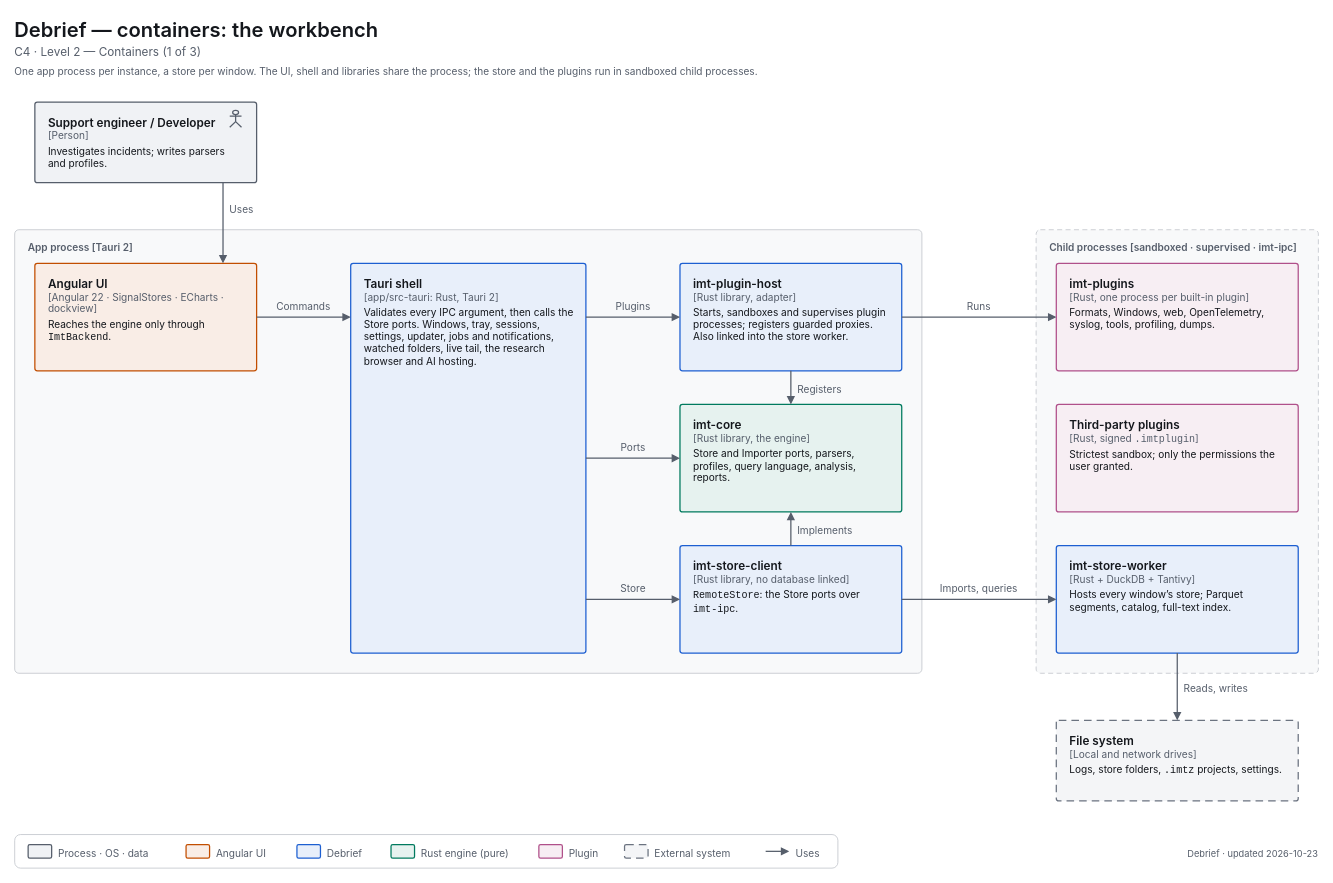
Earlier version of the draw.io diagram docs/diagrams/c4-2-containers.drawio (decryp7/integrated_maintenance_tool). Source tidied: cells renumbered, new cells numbered last; positions are measured from the earlier drawing's top-left corner, leaving out a move shared by most shapes. Both pictures are drawn from the tidied source at 84%, with x=0, y=0 at pixel (14, 14).
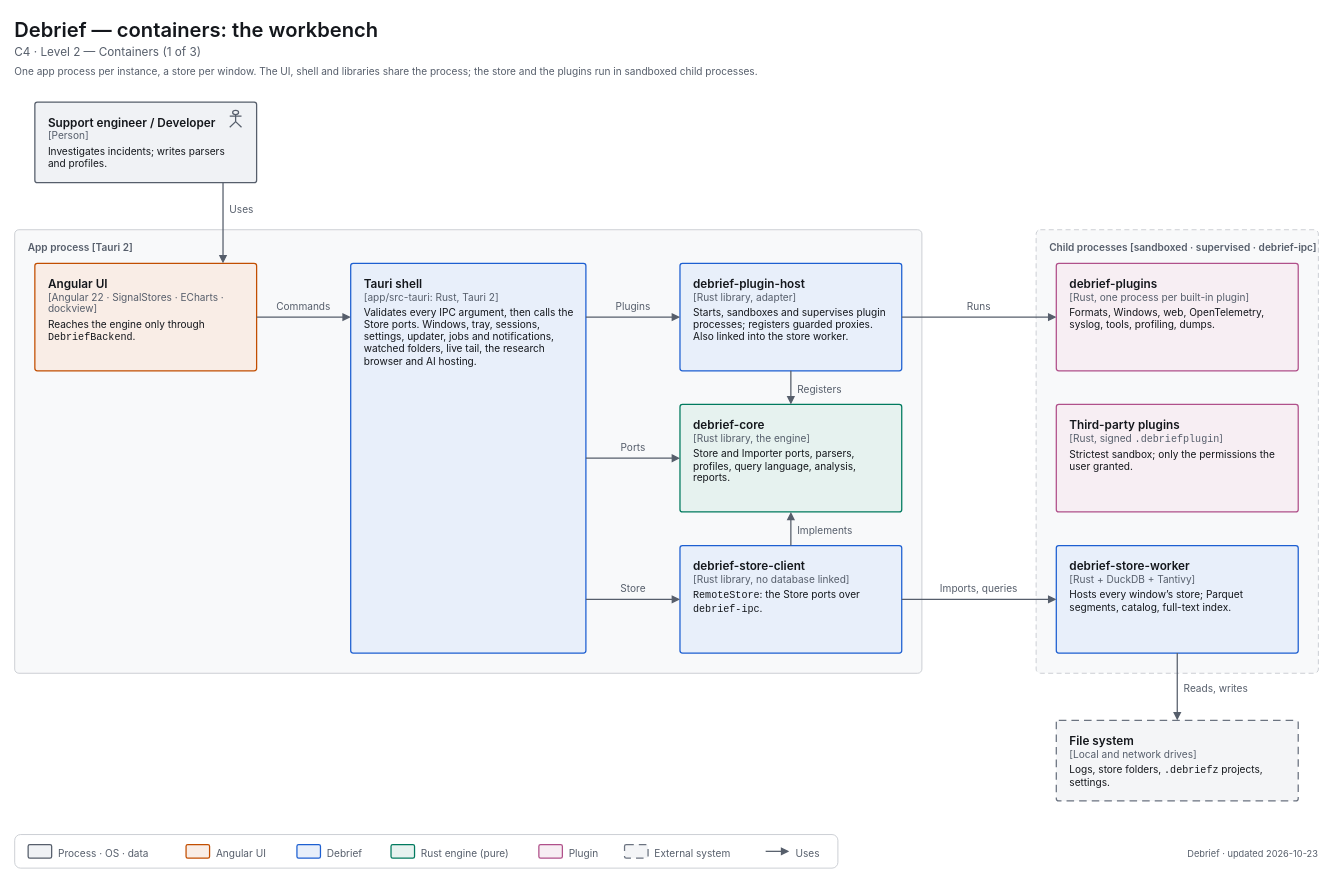
After the change.

Diff of the diagram source:
```diff
@@
-    <mxCell id="8" value="&lt;span style=&quot;font-size:14px;font-weight:600&quot;&gt;Angular UI&lt;/span&gt;&lt;br&gt;&lt;span style=&quot;font-size:12px;color:light-dark(#565E6B,#A0A7B2)&quot;&gt;[Angular 22 · SignalStores · ECharts · dockview]&lt;/span&gt;&lt;br&gt;&lt;div style=&quot;margin-top:4px;font-size:12px&quot;&gt;Reaches the engine only through &lt;span style=&quot;font-family:ui-monospace,SF Mono,Cascadia Mono,Consolas,monospace;white-space:nowrap&quot;&gt;ImtBackend&lt;/span&gt;.&lt;/div&gt;" style="html=1;whiteSpace=wrap;fontFamily=-apple-system,BlinkMacSystemFont,Segoe UI,system-ui,sans-serif;fontSize=12;fontColor=light-dark(#14171C,#ECEEF1);rounded=1;absoluteArcSize=1;arcSize=6;strokeWidth=1.5;strokeColor=light-dark(#C24E00,#F07D3A);fillColor=light-dark(#F9EDE6,#382720);align=left;verticalAlign=top;spacingLeft=14;spacingRight=14;spacingTop=10;spacingBottom=8;" parent="1" vertex="1">
+    <mxCell id="8" value="&lt;span style=&quot;font-size:14px;font-weight:600&quot;&gt;Angular UI&lt;/span&gt;&lt;br&gt;&lt;span style=&quot;font-size:12px;color:light-dark(#565E6B,#A0A7B2)&quot;&gt;[Angular 22 · SignalStores · ECharts · dockview]&lt;/span&gt;&lt;br&gt;&lt;div style=&quot;margin-top:4px;font-size:12px&quot;&gt;Reaches the engine only through &lt;span style=&quot;font-family:ui-monospace,SF Mono,Cascadia Mono,Consolas,monospace;white-space:nowrap&quot;&gt;DebriefBackend&lt;/span&gt;.&lt;/div&gt;" style="html=1;whiteSpace=wrap;fontFamily=-apple-system,BlinkMacSystemFont,Segoe UI,system-ui,sans-serif;fontSize=12;fontColor=light-dark(#14171C,#ECEEF1);rounded=1;absoluteArcSize=1;arcSize=6;strokeWidth=1.5;strokeColor=light-dark(#C24E00,#F07D3A);fillColor=light-dark(#F9EDE6,#382720);align=left;verticalAlign=top;spacingLeft=14;spacingRight=14;spacingTop=10;spacingBottom=8;" parent="1" vertex="1">
       <mxGeometry x="24" y="296" width="264" height="128" as="geometry" />
     </mxCell>
@@
-    <mxCell id="10" value="&lt;span style=&quot;font-size:14px;font-weight:600&quot;&gt;imt-plugin-host&lt;/span&gt;&lt;br&gt;&lt;span style=&quot;font-size:12px;color:light-dark(#565E6B,#A0A7B2)&quot;&gt;[Rust library, adapter]&lt;/span&gt;&lt;br&gt;&lt;div style=&quot;margin-top:4px;font-size:12px&quot;&gt;Starts, sandboxes and supervises plugin processes; registers guarded proxies. Also linked into the store worker.&lt;/div&gt;" style="html=1;whiteSpace=wrap;fontFamily=-apple-system,BlinkMacSystemFont,Segoe UI,system-ui,sans-serif;fontSize=12;fontColor=light-dark(#14171C,#ECEEF1);rounded=1;absoluteArcSize=1;arcSize=6;strokeWidth=1.5;strokeColor=light-dark(#1D5FD1,#5B9BFF);fillColor=light-dark(#E8EFFA,#202C3F);align=left;verticalAlign=top;spacingLeft=14;spacingRight=14;spacingTop=10;spacingBottom=8;" parent="1" vertex="1">
+    <mxCell id="10" value="&lt;span style=&quot;font-size:14px;font-weight:600&quot;&gt;debrief-plugin-host&lt;/span&gt;&lt;br&gt;&lt;span style=&quot;font-size:12px;color:light-dark(#565E6B,#A0A7B2)&quot;&gt;[Rust library, adapter]&lt;/span&gt;&lt;br&gt;&lt;div style=&quot;margin-top:4px;font-size:12px&quot;&gt;Starts, sandboxes and supervises plugin processes; registers guarded proxies. Also linked into the store worker.&lt;/div&gt;" style="html=1;whiteSpace=wrap;fontFamily=-apple-system,BlinkMacSystemFont,Segoe UI,system-ui,sans-serif;fontSize=12;fontColor=light-dark(#14171C,#ECEEF1);rounded=1;absoluteArcSize=1;arcSize=6;strokeWidth=1.5;strokeColor=light-dark(#1D5FD1,#5B9BFF);fillColor=light-dark(#E8EFFA,#202C3F);align=left;verticalAlign=top;spacingLeft=14;spacingRight=14;spacingTop=10;spacingBottom=8;" parent="1" vertex="1">
       <mxGeometry x="792" y="296" width="264" height="128" as="geometry" />
     </mxCell>
-    <mxCell id="11" value="&lt;span style=&quot;font-size:14px;font-weight:600&quot;&gt;imt-core&lt;/span&gt;&lt;br&gt;&lt;span style=&quot;font-size:12px;color:light-dark(#565E6B,#A0A7B2)&quot;&gt;[Rust library, the engine]&lt;/span&gt;&lt;br&gt;&lt;div style=&quot;margin-top:4px;font-size:12px&quot;&gt;Store and Importer ports, parsers, profiles, query language, analysis, reports.&lt;/div&gt;" style="html=1;whiteSpace=wrap;fontFamily=-apple-system,BlinkMacSystemFont,Segoe UI,system-ui,sans-serif;fontSize=12;fontColor=light-dark(#14171C,#ECEEF1);rounded=1;absoluteArcSize=1;arcSize=6;strokeWidth=1.5;strokeColor=light-dark(#007A5E,#2EC4A0);fillColor=light-dark(#E6F2EF,#193330);align=left;verticalAlign=top;spacingLeft=14;spacingRight=14;spacingTop=10;spacingBottom=8;" parent="1" vertex="1">
+    <mxCell id="11" value="&lt;span style=&quot;font-size:14px;font-weight:600&quot;&gt;debrief-core&lt;/span&gt;&lt;br&gt;&lt;span style=&quot;font-size:12px;color:light-dark(#565E6B,#A0A7B2)&quot;&gt;[Rust library, the engine]&lt;/span&gt;&lt;br&gt;&lt;div style=&quot;margin-top:4px;font-size:12px&quot;&gt;Store and Importer ports, parsers, profiles, query language, analysis, reports.&lt;/div&gt;" style="html=1;whiteSpace=wrap;fontFamily=-apple-system,BlinkMacSystemFont,Segoe UI,system-ui,sans-serif;fontSize=12;fontColor=light-dark(#14171C,#ECEEF1);rounded=1;absoluteArcSize=1;arcSize=6;strokeWidth=1.5;strokeColor=light-dark(#007A5E,#2EC4A0);fillColor=light-dark(#E6F2EF,#193330);align=left;verticalAlign=top;spacingLeft=14;spacingRight=14;spacingTop=10;spacingBottom=8;" parent="1" vertex="1">
       <mxGeometry x="792" y="464" width="264" height="128" as="geometry" />
     </mxCell>
-    <mxCell id="12" value="&lt;span style=&quot;font-size:14px;font-weight:600&quot;&gt;imt-store-client&lt;/span&gt;&lt;br&gt;&lt;span style=&quot;font-size:12px;color:light-dark(#565E6B,#A0A7B2)&quot;&gt;[Rust library, no database linked]&lt;/span&gt;&lt;br&gt;&lt;div style=&quot;margin-top:4px;font-size:12px&quot;&gt;&lt;span style=&quot;font-family:ui-monospace,SF Mono,Cascadia Mono,Consolas,monospace;white-space:nowrap&quot;&gt;RemoteStore&lt;/span&gt;: the Store ports over &lt;span style=&quot;font-family:ui-monospace,SF Mono,Cascadia Mono,Consolas,monospace;white-space:nowrap&quot;&gt;imt-ipc&lt;/span&gt;.&lt;/div&gt;" style="html=1;whiteSpace=wrap;fontFamily=-apple-system,BlinkMacSystemFont,Segoe UI,system-ui,sans-serif;fontSize=12;fontColor=light-dark(#14171C,#ECEEF1);rounded=1;absoluteArcSize=1;arcSize=6;strokeWidth=1.5;strokeColor=light-dark(#1D5FD1,#5B9BFF);fillColor=light-dark(#E8EFFA,#202C3F);align=left;verticalAlign=top;spacingLeft=14;spacingRight=14;spacingTop=10;spacingBottom=8;" parent="1" vertex="1">
+    <mxCell id="12" value="&lt;span style=&quot;font-size:14px;font-weight:600&quot;&gt;debrief-store-client&lt;/span&gt;&lt;br&gt;&lt;span style=&quot;font-size:12px;color:light-dark(#565E6B,#A0A7B2)&quot;&gt;[Rust library, no database linked]&lt;/span&gt;&lt;br&gt;&lt;div style=&quot;margin-top:4px;font-size:12px&quot;&gt;&lt;span style=&quot;font-family:ui-monospace,SF Mono,Cascadia Mono,Consolas,monospace;white-space:nowrap&quot;&gt;RemoteStore&lt;/span&gt;: the Store ports over &lt;span style=&quot;font-family:ui-monospace,SF Mono,Cascadia Mono,Consolas,monospace;white-space:nowrap&quot;&gt;debrief-ipc&lt;/span&gt;.&lt;/div&gt;" style="html=1;whiteSpace=wrap;fontFamily=-apple-system,BlinkMacSystemFont,Segoe UI,system-ui,sans-serif;fontSize=12;fontColor=light-dark(#14171C,#ECEEF1);rounded=1;absoluteArcSize=1;arcSize=6;strokeWidth=1.5;strokeColor=light-dark(#1D5FD1,#5B9BFF);fillColor=light-dark(#E8EFFA,#202C3F);align=left;verticalAlign=top;spacingLeft=14;spacingRight=14;spacingTop=10;spacingBottom=8;" parent="1" vertex="1">
       <mxGeometry x="792" y="632" width="264" height="128" as="geometry" />
     </mxCell>
-    <mxCell id="13" value="&lt;span style=&quot;font-size:12px;font-weight:600&quot;&gt;Child processes [sandboxed · supervised · imt-ipc]&lt;/span&gt;" style="html=1;whiteSpace=wrap;fontFamily=-apple-system,BlinkMacSystemFont,Segoe UI,system-ui,sans-serif;fontSize=12;fontColor=light-dark(#14171C,#ECEEF1);rounded=1;absoluteArcSize=1;arcSize=10;strokeWidth=1;strokeColor=light-dark(#C4C7CD,#353A42);fillColor=light-dark(#F8F9FA,#121418);dashed=1;dashPattern=6 4;align=left;verticalAlign=top;spacingLeft=14;spacingTop=8;fontColor=light-dark(#565E6B,#A0A7B2);" parent="1" vertex="1">
+    <mxCell id="13" value="&lt;span style=&quot;font-size:12px;font-weight:600&quot;&gt;Child processes [sandboxed · supervised · debrief-ipc]&lt;/span&gt;" style="html=1;whiteSpace=wrap;fontFamily=-apple-system,BlinkMacSystemFont,Segoe UI,system-ui,sans-serif;fontSize=12;fontColor=light-dark(#14171C,#ECEEF1);rounded=1;absoluteArcSize=1;arcSize=10;strokeWidth=1;strokeColor=light-dark(#C4C7CD,#353A42);fillColor=light-dark(#F8F9FA,#121418);dashed=1;dashPattern=6 4;align=left;verticalAlign=top;spacingLeft=14;spacingTop=8;fontColor=light-dark(#565E6B,#A0A7B2);" parent="1" vertex="1">
       <mxGeometry x="1216" y="256" width="336" height="528" as="geometry" />
     </mxCell>
-    <mxCell id="14" value="&lt;span style=&quot;font-size:14px;font-weight:600&quot;&gt;imt-plugins&lt;/span&gt;&lt;br&gt;&lt;span style=&quot;font-size:12px;color:light-dark(#565E6B,#A0A7B2)&quot;&gt;[Rust, one process per built-in plugin]&lt;/span&gt;&lt;br&gt;&lt;div style=&quot;margin-top:4px;font-size:12px&quot;&gt;Formats, Windows, web, OpenTelemetry, syslog, tools, profiling, dumps.&lt;/div&gt;" style="html=1;whiteSpace=wrap;fontFamily=-apple-system,BlinkMacSystemFont,Segoe UI,system-ui,sans-serif;fontSize=12;fontColor=light-dark(#14171C,#ECEEF1);rounded=1;absoluteArcSize=1;arcSize=6;strokeWidth=1.5;strokeColor=light-dark(#B0508A,#D98BC0);fillColor=light-dark(#F7EEF3,#342A35);align=left;verticalAlign=top;spacingLeft=14;spacingRight=14;spacingTop=10;spacingBottom=8;" parent="1" vertex="1">
+    <mxCell id="14" value="&lt;span style=&quot;font-size:14px;font-weight:600&quot;&gt;debrief-plugins&lt;/span&gt;&lt;br&gt;&lt;span style=&quot;font-size:12px;color:light-dark(#565E6B,#A0A7B2)&quot;&gt;[Rust, one process per built-in plugin]&lt;/span&gt;&lt;br&gt;&lt;div style=&quot;margin-top:4px;font-size:12px&quot;&gt;Formats, Windows, web, OpenTelemetry, syslog, tools, profiling, dumps.&lt;/div&gt;" style="html=1;whiteSpace=wrap;fontFamily=-apple-system,BlinkMacSystemFont,Segoe UI,system-ui,sans-serif;fontSize=12;fontColor=light-dark(#14171C,#ECEEF1);rounded=1;absoluteArcSize=1;arcSize=6;strokeWidth=1.5;strokeColor=light-dark(#B0508A,#D98BC0);fillColor=light-dark(#F7EEF3,#342A35);align=left;verticalAlign=top;spacingLeft=14;spacingRight=14;spacingTop=10;spacingBottom=8;" parent="1" vertex="1">
       <mxGeometry x="1240" y="296" width="288" height="128" as="geometry" />
     </mxCell>
-    <mxCell id="15" value="&lt;span style=&quot;font-size:14px;font-weight:600&quot;&gt;Third-party plugins&lt;/span&gt;&lt;br&gt;&lt;span style=&quot;font-size:12px;color:light-dark(#565E6B,#A0A7B2)&quot;&gt;[Rust, signed &lt;span style=&quot;font-family:ui-monospace,SF Mono,Cascadia Mono,Consolas,monospace;white-space:nowrap&quot;&gt;.imtplugin&lt;/span&gt;]&lt;/span&gt;&lt;br&gt;&lt;div style=&quot;margin-top:4px;font-size:12px&quot;&gt;Strictest sandbox; only the permissions the user granted.&lt;/div&gt;" style="html=1;whiteSpace=wrap;fontFamily=-apple-system,BlinkMacSystemFont,Segoe UI,system-ui,sans-serif;fontSize=12;fontColor=light-dark(#14171C,#ECEEF1);rounded=1;absoluteArcSize=1;arcSize=6;strokeWidth=1.5;strokeColor=light-dark(#B0508A,#D98BC0);fillColor=light-dark(#F7EEF3,#342A35);align=left;verticalAlign=top;spacingLeft=14;spacingRight=14;spacingTop=10;spacingBottom=8;" parent="1" vertex="1">
+    <mxCell id="15" value="&lt;span style=&quot;font-size:14px;font-weight:600&quot;&gt;Third-party plugins&lt;/span&gt;&lt;br&gt;&lt;span style=&quot;font-size:12px;color:light-dark(#565E6B,#A0A7B2)&quot;&gt;[Rust, signed &lt;span style=&quot;font-family:ui-monospace,SF Mono,Cascadia Mono,Consolas,monospace;white-space:nowrap&quot;&gt;.debriefplugin&lt;/span&gt;]&lt;/span&gt;&lt;br&gt;&lt;div style=&quot;margin-top:4px;font-size:12px&quot;&gt;Strictest sandbox; only the permissions the user granted.&lt;/div&gt;" style="html=1;whiteSpace=wrap;fontFamily=-apple-system,BlinkMacSystemFont,Segoe UI,system-ui,sans-serif;fontSize=12;fontColor=light-dark(#14171C,#ECEEF1);rounded=1;absoluteArcSize=1;arcSize=6;strokeWidth=1.5;strokeColor=light-dark(#B0508A,#D98BC0);fillColor=light-dark(#F7EEF3,#342A35);align=left;verticalAlign=top;spacingLeft=14;spacingRight=14;spacingTop=10;spacingBottom=8;" parent="1" vertex="1">
       <mxGeometry x="1240" y="464" width="288" height="128" as="geometry" />
     </mxCell>
-    <mxCell id="16" value="&lt;span style=&quot;font-size:14px;font-weight:600&quot;&gt;imt-store-worker&lt;/span&gt;&lt;br&gt;&lt;span style=&quot;font-size:12px;color:light-dark(#565E6B,#A0A7B2)&quot;&gt;[Rust + DuckDB + Tantivy]&lt;/span&gt;&lt;br&gt;&lt;div style=&quot;margin-top:4px;font-size:12px&quot;&gt;Hosts every window’s store; Parquet segments, catalog, full-text index.&lt;/div&gt;" style="html=1;whiteSpace=wrap;fontFamily=-apple-system,BlinkMacSystemFont,Segoe UI,system-ui,sans-serif;fontSize=12;fontColor=light-dark(#14171C,#ECEEF1);rounded=1;absoluteArcSize=1;arcSize=6;strokeWidth=1.5;strokeColor=light-dark(#1D5FD1,#5B9BFF);fillColor=light-dark(#E8EFFA,#202C3F);align=left;verticalAlign=top;spacingLeft=14;spacingRight=14;spacingTop=10;spacingBottom=8;" parent="1" vertex="1">
+    <mxCell id="16" value="&lt;span style=&quot;font-size:14px;font-weight:600&quot;&gt;debrief-store-worker&lt;/span&gt;&lt;br&gt;&lt;span style=&quot;font-size:12px;color:light-dark(#565E6B,#A0A7B2)&quot;&gt;[Rust + DuckDB + Tantivy]&lt;/span&gt;&lt;br&gt;&lt;div style=&quot;margin-top:4px;font-size:12px&quot;&gt;Hosts every window’s store; Parquet segments, catalog, full-text index.&lt;/div&gt;" style="html=1;whiteSpace=wrap;fontFamily=-apple-system,BlinkMacSystemFont,Segoe UI,system-ui,sans-serif;fontSize=12;fontColor=light-dark(#14171C,#ECEEF1);rounded=1;absoluteArcSize=1;arcSize=6;strokeWidth=1.5;strokeColor=light-dark(#1D5FD1,#5B9BFF);fillColor=light-dark(#E8EFFA,#202C3F);align=left;verticalAlign=top;spacingLeft=14;spacingRight=14;spacingTop=10;spacingBottom=8;" parent="1" vertex="1">
       <mxGeometry x="1240" y="632" width="288" height="128" as="geometry" />
     </mxCell>
-    <mxCell id="17" value="&lt;span style=&quot;font-size:14px;font-weight:600&quot;&gt;File system&lt;/span&gt;&lt;br&gt;&lt;span style=&quot;font-size:12px;color:light-dark(#565E6B,#A0A7B2)&quot;&gt;[Local and network drives]&lt;/span&gt;&lt;br&gt;&lt;div style=&quot;margin-top:4px;font-size:12px&quot;&gt;Logs, store folders, &lt;span style=&quot;font-family:ui-monospace,SF Mono,Cascadia Mono,Consolas,monospace;white-space:nowrap&quot;&gt;.imtz&lt;/span&gt; projects, settings.&lt;/div&gt;" style="html=1;whiteSpace=wrap;fontFamily=-apple-system,BlinkMacSystemFont,Segoe UI,system-ui,sans-serif;fontSize=12;fontColor=light-dark(#14171C,#ECEEF1);rounded=1;absoluteArcSize=1;arcSize=6;strokeWidth=1.5;strokeColor=light-dark(#6B7380,#7F8794);fillColor=light-dark(#F4F5F7,#17191E);dashed=1;dashPattern=6 4;align=left;verticalAlign=top;spacingLeft=14;spacingRight=14;spacingTop=10;spacingBottom=8;" parent="1" vertex="1">
+    <mxCell id="17" value="&lt;span style=&quot;font-size:14px;font-weight:600&quot;&gt;File system&lt;/span&gt;&lt;br&gt;&lt;span style=&quot;font-size:12px;color:light-dark(#565E6B,#A0A7B2)&quot;&gt;[Local and network drives]&lt;/span&gt;&lt;br&gt;&lt;div style=&quot;margin-top:4px;font-size:12px&quot;&gt;Logs, store folders, &lt;span style=&quot;font-family:ui-monospace,SF Mono,Cascadia Mono,Consolas,monospace;white-space:nowrap&quot;&gt;.debriefz&lt;/span&gt; projects, settings.&lt;/div&gt;" style="html=1;whiteSpace=wrap;fontFamily=-apple-system,BlinkMacSystemFont,Segoe UI,system-ui,sans-serif;fontSize=12;fontColor=light-dark(#14171C,#ECEEF1);rounded=1;absoluteArcSize=1;arcSize=6;strokeWidth=1.5;strokeColor=light-dark(#6B7380,#7F8794);fillColor=light-dark(#F4F5F7,#17191E);dashed=1;dashPattern=6 4;align=left;verticalAlign=top;spacingLeft=14;spacingRight=14;spacingTop=10;spacingBottom=8;" parent="1" vertex="1">
       <mxGeometry x="1240" y="840" width="288" height="96" as="geometry" />
     </mxCell>
```
